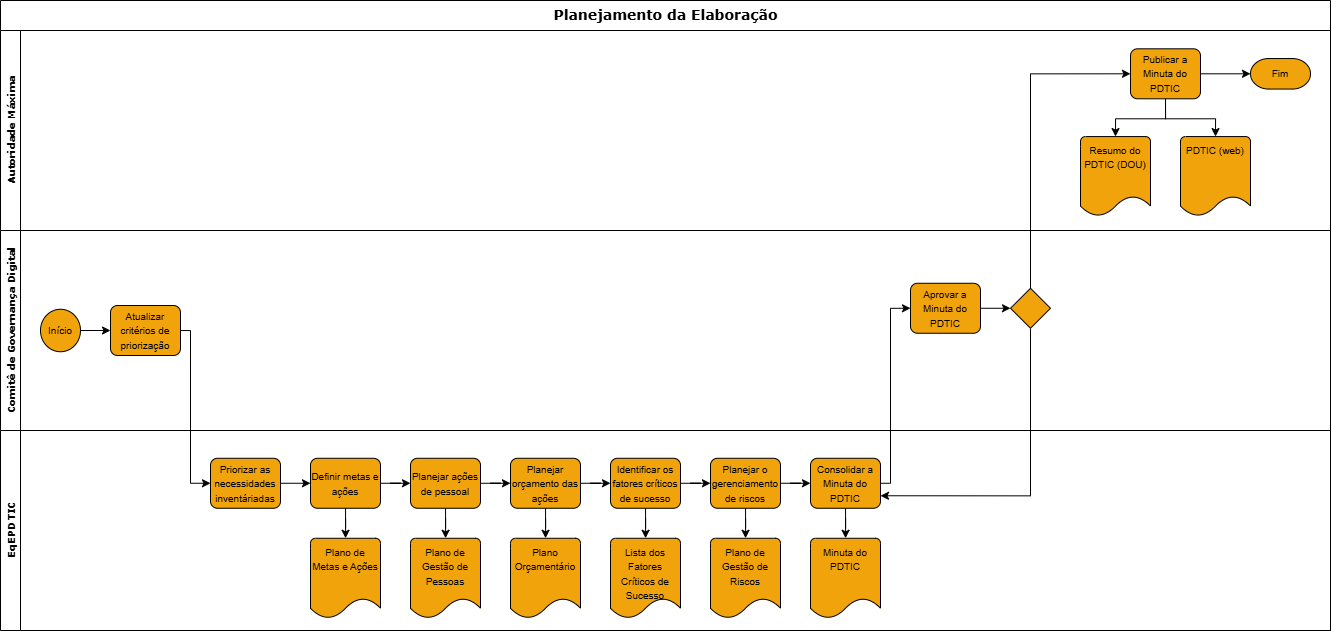
The draw.io diagram fluxo_elaboracao.drawio.png in Bariand/diagramas-gestao-ufpel, before a commit. Source tidied: cells renumbered, new cells last; positions are measured from the earlier drawing's top-left corner, leaving out a move shared by most shapes.
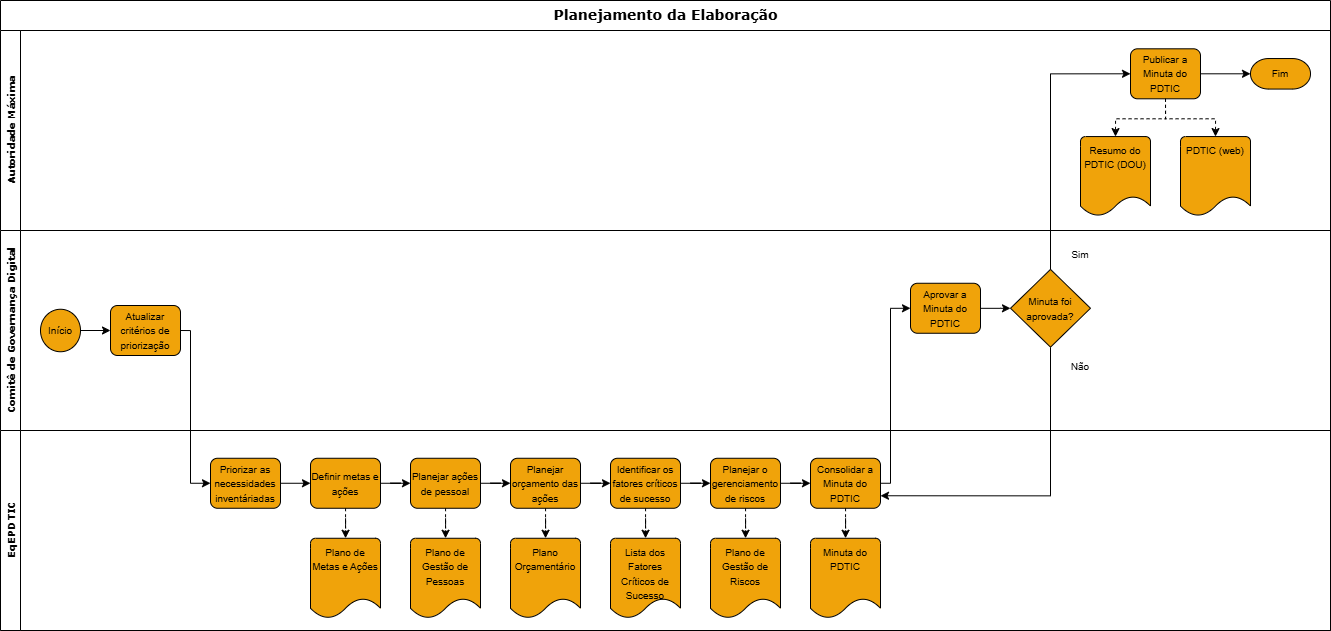
After the change.

Change to the diagram source:
```diff
@@ -35,10 +35,10 @@
     <mxCell id="10" value="&lt;font style=&quot;font-size: 10px;&quot;&gt;Fim&lt;/font&gt;" style="strokeWidth=1;html=1;shape=mxgraph.flowchart.terminator;whiteSpace=wrap;fillColor=light-dark(#F0A30A,#FF6666);strokeColor=light-dark(#000000,#000000);swimlaneLine=1;shadow=0;fontColor=light-dark(#000000,#000000);" parent="3" vertex="1">
       <mxGeometry x="1250" y="28" width="60" height="30.5" as="geometry" />
     </mxCell>
-    <mxCell id="11" style="edgeStyle=orthogonalEdgeStyle;rounded=0;jettySize=auto;html=1;exitX=0.5;exitY=1;exitDx=0;exitDy=0;entryX=0.5;entryY=0;entryDx=0;entryDy=0;entryPerimeter=0;strokeWidth=1;fillColor=#f0a30a;strokeColor=light-dark(#000000,#000000);swimlaneLine=1;shadow=0;fontColor=light-dark(#000000,#000000);" parent="3" edge="1" source="7" target="8">
+    <mxCell id="11" style="edgeStyle=orthogonalEdgeStyle;rounded=0;jettySize=auto;html=1;exitX=0.5;exitY=1;exitDx=0;exitDy=0;entryX=0.5;entryY=0;entryDx=0;entryDy=0;entryPerimeter=0;strokeWidth=1;fillColor=#f0a30a;strokeColor=light-dark(#000000,#000000);swimlaneLine=1;shadow=0;fontColor=light-dark(#000000,#000000);dashed=1;" parent="3" edge="1" source="7" target="8">
       <mxGeometry relative="1" as="geometry" />
     </mxCell>
-    <mxCell id="12" style="edgeStyle=orthogonalEdgeStyle;rounded=0;jettySize=auto;html=1;exitX=0.5;exitY=1;exitDx=0;exitDy=0;entryX=0.5;entryY=0;entryDx=0;entryDy=0;entryPerimeter=0;strokeWidth=1;fillColor=#f0a30a;strokeColor=light-dark(#000000,#000000);swimlaneLine=1;shadow=0;fontColor=light-dark(#000000,#000000);" parent="3" edge="1" source="7" target="9">
+    <mxCell id="12" style="edgeStyle=orthogonalEdgeStyle;rounded=0;jettySize=auto;html=1;exitX=0.5;exitY=1;exitDx=0;exitDy=0;entryX=0.5;entryY=0;entryDx=0;entryDy=0;entryPerimeter=0;strokeWidth=1;fillColor=#f0a30a;strokeColor=light-dark(#000000,#000000);swimlaneLine=1;shadow=0;fontColor=light-dark(#000000,#000000);dashed=1;" parent="3" edge="1" source="7" target="9">
       <mxGeometry relative="1" as="geometry" />
     </mxCell>
     <mxCell id="13" style="edgeStyle=orthogonalEdgeStyle;rounded=0;jettySize=auto;html=1;exitX=1;exitY=0.5;exitDx=0;exitDy=0;entryX=0;entryY=0.5;entryDx=0;entryDy=0;entryPerimeter=0;strokeWidth=1;fillColor=#f0a30a;strokeColor=light-dark(#000000,#000000);swimlaneLine=1;shadow=0;fontColor=light-dark(#000000,#000000);" parent="3" edge="1" source="7" target="10">
@@ -116,54 +116,60 @@
     <mxCell id="33" value="&lt;font style=&quot;font-size: 10px;&quot;&gt;Consolidar a Minuta do PDTIC&lt;/font&gt;" style="rounded=1;whiteSpace=wrap;html=1;absoluteArcSize=1;arcSize=14;strokeWidth=1;fillColor=light-dark(#F0A30A,#99CCFF);strokeColor=light-dark(#000000,#000000);swimlaneLine=1;shadow=0;fontColor=light-dark(#000000,#000000);" parent="14" vertex="1">
       <mxGeometry x="810" y="227.8" width="70" height="50" as="geometry" />
     </mxCell>
+    <mxCell id="49" style="edgeStyle=orthogonalEdgeStyle;rounded=0;jettySize=auto;html=1;strokeColor=light-dark(#000000,#000000);" parent="14" edge="1" source="34" target="36">
+      <mxGeometry relative="1" as="geometry" />
+    </mxCell>
     <mxCell id="34" value="&lt;font style=&quot;font-size: 10px;&quot;&gt;Aprovar a Minuta do PDTIC&lt;/font&gt;" style="rounded=1;whiteSpace=wrap;html=1;absoluteArcSize=1;arcSize=14;strokeWidth=1;fillColor=light-dark(#F0A30A,#99CCFF);strokeColor=light-dark(#000000,#000000);swimlaneLine=1;shadow=0;fontColor=light-dark(#000000,#000000);" parent="14" vertex="1">
       <mxGeometry x="910" y="52.8" width="70" height="50" as="geometry" />
     </mxCell>
     <mxCell id="35" style="edgeStyle=orthogonalEdgeStyle;rounded=0;jettySize=auto;html=1;exitX=0.5;exitY=1;exitDx=0;exitDy=0;exitPerimeter=0;entryX=1;entryY=0.75;entryDx=0;entryDy=0;strokeColor=light-dark(#000000,#000000);" parent="14" edge="1" source="36" target="33">
       <mxGeometry relative="1" as="geometry" />
     </mxCell>
-    <mxCell id="36" style="strokeWidth=1;html=1;shape=mxgraph.flowchart.decision;whiteSpace=wrap;fillColor=light-dark(#F0A30A,#FFD966);strokeColor=light-dark(#000000,#000000);swimlaneLine=1;shadow=0;fontColor=light-dark(#000000,#000000);" parent="14" vertex="1">
-      <mxGeometry x="1010" y="57.8" width="40" height="40" as="geometry" />
+    <mxCell id="36" value="&lt;font style=&quot;font-size: 10px;&quot;&gt;Minuta foi aprovada?&lt;/font&gt;" style="strokeWidth=1;html=1;shape=mxgraph.flowchart.decision;whiteSpace=wrap;fillColor=light-dark(#F0A30A,#FFD966);strokeColor=light-dark(#000000,#000000);swimlaneLine=1;shadow=0;fontColor=light-dark(#000000,#000000);" parent="14" vertex="1">
+      <mxGeometry x="1010" y="38.9" width="80" height="77.8" as="geometry" />
     </mxCell>
     <mxCell id="37" style="edgeStyle=orthogonalEdgeStyle;rounded=0;jettySize=auto;html=1;exitX=1;exitY=0.5;exitDx=0;exitDy=0;entryX=0;entryY=0.5;entryDx=0;entryDy=0;strokeWidth=1;fillColor=#f0a30a;strokeColor=light-dark(#000000,#000000);swimlaneLine=1;shadow=0;fontColor=light-dark(#000000,#000000);" parent="14" edge="1" source="20" target="21">
       <mxGeometry relative="1" as="geometry" />
     </mxCell>
-    <mxCell id="38" style="edgeStyle=orthogonalEdgeStyle;rounded=0;jettySize=auto;html=1;strokeWidth=1;fillColor=#f0a30a;strokeColor=light-dark(#000000,#000000);swimlaneLine=1;shadow=0;fontColor=light-dark(#000000,#000000);" parent="14" edge="1" source="21" target="22">
+    <mxCell id="38" style="edgeStyle=orthogonalEdgeStyle;rounded=0;jettySize=auto;html=1;strokeWidth=1;fillColor=#f0a30a;strokeColor=light-dark(#000000,#000000);swimlaneLine=1;shadow=0;fontColor=light-dark(#000000,#000000);dashed=1;" parent="14" edge="1" source="21" target="22">
       <mxGeometry relative="1" as="geometry" />
     </mxCell>
     <mxCell id="39" style="edgeStyle=orthogonalEdgeStyle;rounded=0;jettySize=auto;html=1;strokeWidth=1;fillColor=#f0a30a;strokeColor=light-dark(#000000,#000000);swimlaneLine=1;shadow=0;fontColor=light-dark(#000000,#000000);" parent="14" edge="1" source="21" target="23">
       <mxGeometry relative="1" as="geometry" />
     </mxCell>
-    <mxCell id="40" style="edgeStyle=orthogonalEdgeStyle;rounded=0;jettySize=auto;html=1;strokeWidth=1;fillColor=#f0a30a;strokeColor=light-dark(#000000,#000000);swimlaneLine=1;shadow=0;fontColor=light-dark(#000000,#000000);" parent="14" edge="1" source="23" target="24">
+    <mxCell id="40" style="edgeStyle=orthogonalEdgeStyle;rounded=0;jettySize=auto;html=1;strokeWidth=1;fillColor=#f0a30a;strokeColor=light-dark(#000000,#000000);swimlaneLine=1;shadow=0;fontColor=light-dark(#000000,#000000);dashed=1;" parent="14" edge="1" source="23" target="24">
       <mxGeometry relative="1" as="geometry" />
     </mxCell>
     <mxCell id="41" style="edgeStyle=orthogonalEdgeStyle;rounded=0;jettySize=auto;html=1;strokeWidth=1;fillColor=#f0a30a;strokeColor=light-dark(#000000,#000000);swimlaneLine=1;shadow=0;fontColor=light-dark(#000000,#000000);" parent="14" edge="1" source="23" target="25">
       <mxGeometry relative="1" as="geometry" />
     </mxCell>
-    <mxCell id="42" style="edgeStyle=orthogonalEdgeStyle;rounded=0;jettySize=auto;html=1;strokeWidth=1;fillColor=#f0a30a;strokeColor=light-dark(#000000,#000000);swimlaneLine=1;shadow=0;fontColor=light-dark(#000000,#000000);" parent="14" edge="1" source="25" target="26">
+    <mxCell id="42" style="edgeStyle=orthogonalEdgeStyle;rounded=0;jettySize=auto;html=1;strokeWidth=1;fillColor=#f0a30a;strokeColor=light-dark(#000000,#000000);swimlaneLine=1;shadow=0;fontColor=light-dark(#000000,#000000);dashed=1;" parent="14" edge="1" source="25" target="26">
       <mxGeometry relative="1" as="geometry" />
     </mxCell>
     <mxCell id="43" style="edgeStyle=orthogonalEdgeStyle;rounded=0;jettySize=auto;html=1;strokeWidth=1;fillColor=#f0a30a;strokeColor=light-dark(#000000,#000000);swimlaneLine=1;shadow=0;fontColor=light-dark(#000000,#000000);" parent="14" edge="1" source="25" target="28">
       <mxGeometry relative="1" as="geometry" />
     </mxCell>
-    <mxCell id="44" style="edgeStyle=orthogonalEdgeStyle;rounded=0;jettySize=auto;html=1;strokeWidth=1;fillColor=#f0a30a;strokeColor=light-dark(#000000,#000000);swimlaneLine=1;shadow=0;fontColor=light-dark(#000000,#000000);" parent="14" edge="1" source="28" target="27">
+    <mxCell id="44" style="edgeStyle=orthogonalEdgeStyle;rounded=0;jettySize=auto;html=1;strokeWidth=1;fillColor=#f0a30a;strokeColor=light-dark(#000000,#000000);swimlaneLine=1;shadow=0;fontColor=light-dark(#000000,#000000);dashed=1;" parent="14" edge="1" source="28" target="27">
       <mxGeometry relative="1" as="geometry" />
     </mxCell>
     <mxCell id="45" style="edgeStyle=orthogonalEdgeStyle;rounded=0;jettySize=auto;html=1;strokeWidth=1;fillColor=#f0a30a;strokeColor=light-dark(#000000,#000000);swimlaneLine=1;shadow=0;fontColor=light-dark(#000000,#000000);" parent="14" edge="1" source="28" target="29">
       <mxGeometry relative="1" as="geometry" />
     </mxCell>
-    <mxCell id="46" style="edgeStyle=orthogonalEdgeStyle;rounded=0;jettySize=auto;html=1;strokeWidth=1;fillColor=#f0a30a;strokeColor=light-dark(#000000,#000000);swimlaneLine=1;shadow=0;fontColor=light-dark(#000000,#000000);" parent="14" edge="1" source="29" target="30">
+    <mxCell id="46" style="edgeStyle=orthogonalEdgeStyle;rounded=0;jettySize=auto;html=1;strokeWidth=1;fillColor=#f0a30a;strokeColor=light-dark(#000000,#000000);swimlaneLine=1;shadow=0;fontColor=light-dark(#000000,#000000);dashed=1;" parent="14" edge="1" source="29" target="30">
       <mxGeometry relative="1" as="geometry" />
     </mxCell>
     <mxCell id="47" style="edgeStyle=orthogonalEdgeStyle;rounded=0;jettySize=auto;html=1;strokeWidth=1;fillColor=#f0a30a;strokeColor=light-dark(#000000,#000000);swimlaneLine=1;shadow=0;fontColor=light-dark(#000000,#000000);" parent="14" edge="1" source="29" target="33">
       <mxGeometry relative="1" as="geometry" />
     </mxCell>
-    <mxCell id="48" style="edgeStyle=orthogonalEdgeStyle;rounded=0;jettySize=auto;html=1;strokeWidth=1;fillColor=#f0a30a;strokeColor=light-dark(#000000,#000000);swimlaneLine=1;shadow=0;fontColor=light-dark(#000000,#000000);" parent="14" edge="1" source="33" target="31">
+    <mxCell id="48" style="edgeStyle=orthogonalEdgeStyle;rounded=0;jettySize=auto;html=1;strokeWidth=1;fillColor=#f0a30a;strokeColor=light-dark(#000000,#000000);swimlaneLine=1;shadow=0;fontColor=light-dark(#000000,#000000);dashed=1;" parent="14" edge="1" source="33" target="31">
       <mxGeometry relative="1" as="geometry" />
     </mxCell>
-    <mxCell id="49" style="edgeStyle=orthogonalEdgeStyle;rounded=0;jettySize=auto;html=1;exitX=1;exitY=0.5;exitDx=0;exitDy=0;entryX=0;entryY=0.5;entryDx=0;entryDy=0;entryPerimeter=0;strokeWidth=1;fillColor=#f0a30a;strokeColor=light-dark(#000000,#000000);swimlaneLine=1;shadow=0;fontColor=light-dark(#000000,#000000);" parent="14" edge="1" source="34" target="36">
-      <mxGeometry relative="1" as="geometry" />
-    </mxCell>
+    <mxCell id="64" value="&lt;font style=&quot;color: light-dark(rgb(0, 0, 0), rgb(0, 0, 0)); font-size: 10px;&quot;&gt;Sim&lt;/font&gt;" style="text;html=1;align=center;verticalAlign=middle;whiteSpace=wrap;rounded=0;" parent="14" vertex="1">
+      <mxGeometry x="1050" y="8.9" width="60" height="30" as="geometry" />
+    </mxCell>
+    <mxCell id="65" value="&lt;font style=&quot;color: light-dark(rgb(0, 0, 0), rgb(0, 0, 0)); font-size: 10px;&quot;&gt;Não&lt;/font&gt;" style="text;html=1;align=center;verticalAlign=middle;whiteSpace=wrap;rounded=0;" parent="14" vertex="1">
+      <mxGeometry x="1050" y="121.2" width="60" height="30" as="geometry" />
+    </mxCell>
     <mxCell id="50" value="&lt;font style=&quot;font-size: 10px;&quot;&gt;EqEPDTIC&lt;/font&gt;" style="swimlane;html=1;startSize=20;horizontal=0;fontFamily=Verdana;fontSize=7;strokeWidth=1;fillColor=light-dark(#FFFFFF,#FFFFFF);strokeColor=light-dark(#000000,#000000);swimlaneLine=1;shadow=0;fontColor=light-dark(#000000,#000000);" parent="1" vertex="1">
       <mxGeometry y="430" width="1330" height="200" as="geometry" />
     </mxCell>
```
